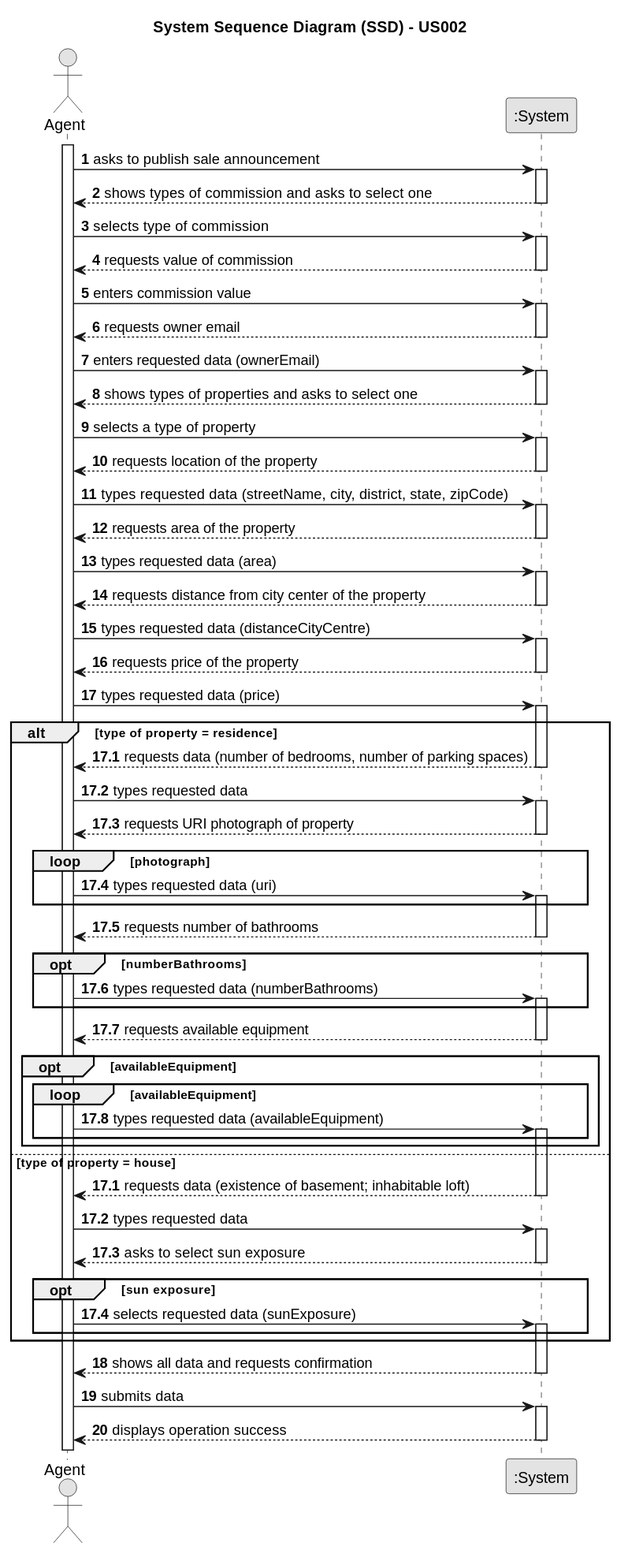
Above: docs/sprintB/us002/01.requirements-engineering/svg/us002-system-sequence-diagram.svg in rita-barbosa/LAPR2-2223 (PlantUML), before the change.
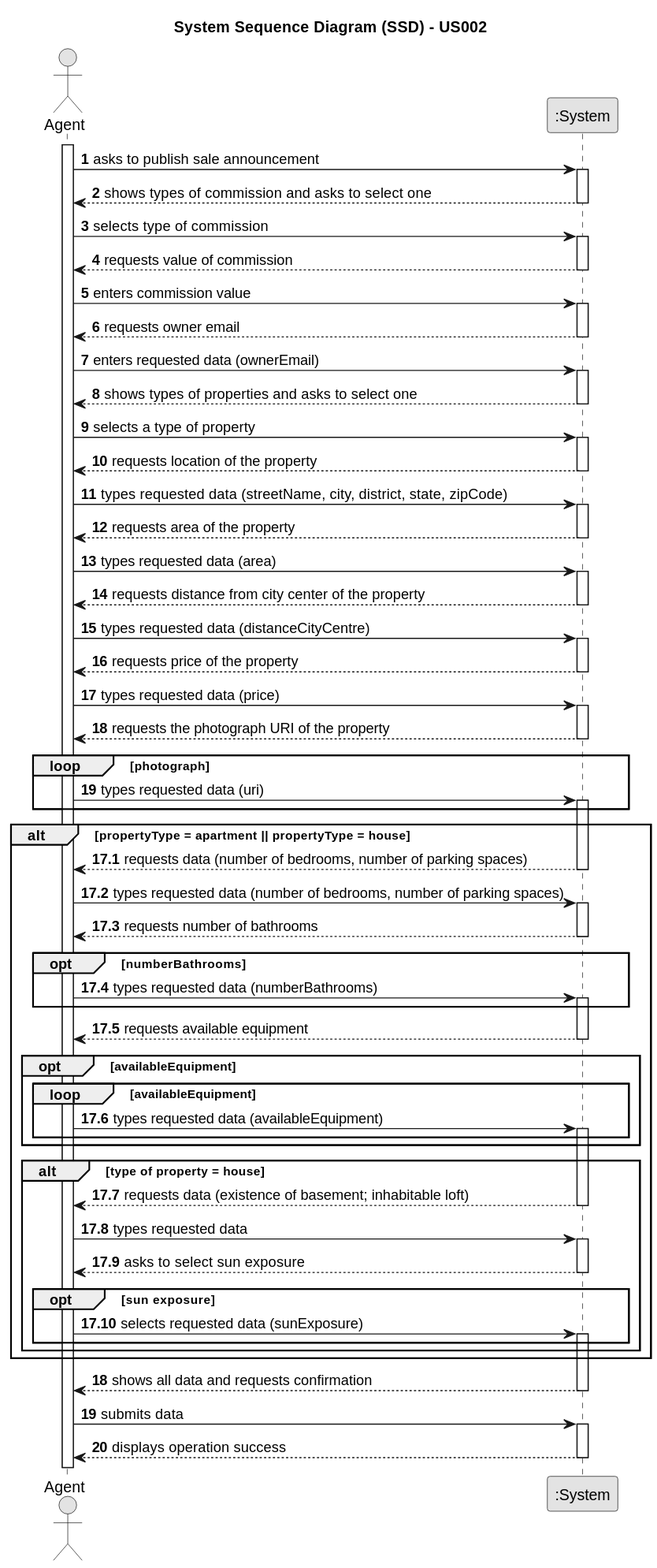
The same diagram one commit later.

Change to the diagram source:
```diff
@@ -63,23 +63,23 @@
     Employee -> System : types requested data (price)
     activate System
 
-
-    alt type of property = residence
-
-     autonumber 17.1
-        System --> Employee : requests data (number of bedrooms, number of parking spaces)
-        deactivate System
-
-        Employee -> System : types requested data
-        activate System
-
-        System --> Employee : requests URI photograph of property
+    System --> Employee : requests the photograph URI of the property
         deactivate System
 
             loop photograph
             Employee -> System : types requested data (uri)
             activate System
             end loop
+
+
+    alt propertyType = apartment || propertyType = house
+
+     autonumber 17.1
+        System --> Employee : requests data (number of bedrooms, number of parking spaces)
+        deactivate System
+
+        Employee -> System : types requested data (number of bedrooms, number of parking spaces)
+        activate System
 
 
         System --> Employee : requests number of bathrooms
@@ -100,9 +100,8 @@
                 end loop
             end opt
 
-    else type of property = house
+        alt type of property = house
 
-        autonumber 17.1
         System --> Employee : requests data (existence of basement; inhabitable loft)
         deactivate System
 
@@ -117,6 +116,7 @@
             activate System
             end opt
 
+        end
     end
     autonumber 18
         System --> Employee : shows all data and requests confirmation
```
